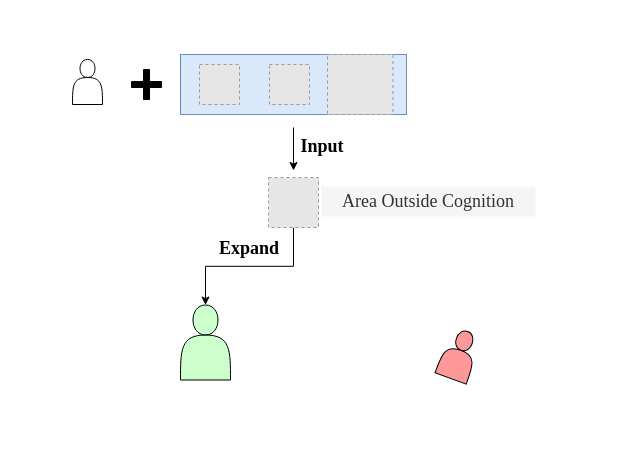
Above: MyFolder/expand youself.drawio in will357/MyDrawioDraft (draw.io), before the change. Source tidied: cells renumbered, new cells numbered last; positions are measured from the earlier drawing's top-left corner, leaving out a move shared by most shapes. Both pictures are drawn from the tidied source at 100%, with x=0, y=0 at pixel (72, 54). Pictures stored in the file or linked from it are replaced by grey dashed boxes.
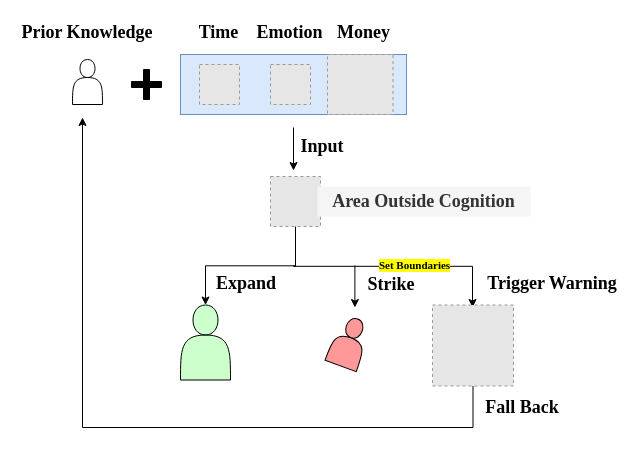
After the change.

Unchanged cells that the change refers to:
```xml
<mxCell id="13" style="shape=actor;whiteSpace=wrap;html=1;fillColor=#CCFFCC;" parent="1" vertex="1">
  <mxGeometry x="108" y="250.5" width="50" height="75" as="geometry" />
</mxCell>
```

Diff of the diagram source:
```diff
@@
-    <mxCell id="5" style="edgeStyle=orthogonalEdgeStyle;rounded=0;jettySize=auto;html=1;entryX=0.5;entryY=0;entryDx=0;entryDy=0;exitX=0.5;exitY=1;exitDx=0;exitDy=0;" parent="1" edge="1" source="6" target="13">
+    <mxCell id="5" style="edgeStyle=orthogonalEdgeStyle;rounded=0;jettySize=auto;html=1;entryX=0.5;entryY=0;entryDx=0;entryDy=0;exitX=0.5;exitY=1;exitDx=0;exitDy=0;strokeColor=#000000;" parent="1" edge="1" source="6" target="13">
       <mxGeometry relative="1" as="geometry" />
     </mxCell>
+    <mxCell id="16" style="edgeStyle=orthogonalEdgeStyle;rounded=0;jettySize=auto;html=1;exitX=0.5;exitY=1;exitDx=0;exitDy=0;" parent="1" edge="1" source="6">
+      <mxGeometry relative="1" as="geometry">
+        <mxPoint x="400" y="253" as="targetPoint" />
+        <Array as="points">
+          <mxPoint x="221" y="211.8" />
+          <mxPoint x="400" y="211.8" />
+          <mxPoint x="400" y="250.5" />
+        </Array>
+      </mxGeometry>
+    </mxCell>
+    <mxCell id="17" value="&lt;font face=&quot;Times New Roman&quot;&gt;&lt;b&gt;Set Boundaries&lt;/b&gt;&lt;/font&gt;" style="edgeLabel;html=1;align=center;verticalAlign=middle;labelBorderColor=none;textShadow=0;labelBackgroundColor=#FFFF00;" parent="16" vertex="1">
+      <mxGeometry x="0.21" y="1" relative="1" as="geometry">
+        <mxPoint x="3" as="offset" />
+      </mxGeometry>
+    </mxCell>
     <mxCell id="6" style="fillColor=#E6E6E6;strokeColor=#999999;dashed=1;verticalLabelPosition=bottom;labelBackgroundColor=default;verticalAlign=top;" parent="1" vertex="1">
-      <mxGeometry x="196" y="123" width="50" height="50" as="geometry" />
+      <mxGeometry x="198" y="122" width="50" height="50" as="geometry" />
     </mxCell>
@@
     <mxCell id="8" style="fillColor=#E6E6E6;strokeColor=#999999;dashed=1;verticalLabelPosition=bottom;labelBackgroundColor=default;verticalAlign=top;" parent="1" vertex="1">
-      <mxGeometry x="197" y="10" width="40" height="40" as="geometry" />
+      <mxGeometry x="198" y="10" width="40" height="40" as="geometry" />
     </mxCell>
@@
-    <mxCell id="11" value="&lt;font style=&quot;font-size: 18px;&quot; face=&quot;Times New Roman&quot;&gt;Area Outside Cognition&lt;/font&gt;" style="text;html=1;whiteSpace=wrap;strokeColor=none;fillColor=#f5f5f5;align=center;verticalAlign=middle;rounded=0;fontColor=#333333;dashed=1;dashPattern=1 2;" parent="1" vertex="1">
-      <mxGeometry x="249" y="132" width="214" height="30" as="geometry" />
+    <mxCell id="11" value="&lt;font style=&quot;font-size: 18px;&quot; face=&quot;Times New Roman&quot;&gt;&lt;b&gt;Area Outside Cognition&lt;/b&gt;&lt;/font&gt;" style="text;html=1;whiteSpace=wrap;strokeColor=none;fillColor=#f5f5f5;align=center;verticalAlign=middle;rounded=0;fontColor=#333333;dashed=1;dashPattern=1 2;" parent="1" vertex="1">
+      <mxGeometry x="245" y="132" width="213" height="30" as="geometry" />
     </mxCell>
@@
     <mxCell id="14" style="shape=actor;whiteSpace=wrap;html=1;rotation=20;fillColor=#FF9999;" parent="1" vertex="1">
-      <mxGeometry x="370" y="275.5" width="33.3" height="50" as="geometry" />
+      <mxGeometry x="260" y="263" width="33.3" height="50" as="geometry" />
     </mxCell>
     <mxCell id="15" value="&lt;font style=&quot;font-size: 18px;&quot; face=&quot;Times New Roman&quot;&gt;&lt;b&gt;Expand&lt;/b&gt;&lt;/font&gt;" style="text;html=1;whiteSpace=wrap;strokeColor=none;fillColor=none;align=center;verticalAlign=middle;rounded=0;" parent="1" vertex="1">
-      <mxGeometry x="147" y="179" width="60" height="30" as="geometry" />
+      <mxGeometry x="144" y="214" width="60" height="30" as="geometry" />
     </mxCell>
+    <mxCell id="18" value="&lt;font style=&quot;font-size: 18px;&quot; face=&quot;Times New Roman&quot;&gt;&lt;b&gt;Trigger Warning&lt;/b&gt;&lt;/font&gt;" style="text;html=1;whiteSpace=wrap;strokeColor=none;fillColor=none;align=center;verticalAlign=middle;rounded=0;" parent="1" vertex="1">
+      <mxGeometry x="410" y="214" width="140" height="30" as="geometry" />
+    </mxCell>
+    <mxCell id="19" style="edgeStyle=orthogonalEdgeStyle;rounded=0;jettySize=auto;html=1;" parent="1" edge="1" source="20">
+      <mxGeometry relative="1" as="geometry">
+        <mxPoint x="10" y="63" as="targetPoint" />
+        <Array as="points">
+          <mxPoint x="400.5" y="373" />
+          <mxPoint x="10" y="373" />
+        </Array>
+      </mxGeometry>
+    </mxCell>
+    <mxCell id="20" style="fillColor=#E6E6E6;strokeColor=#999999;dashed=1;verticalLabelPosition=bottom;labelBackgroundColor=default;verticalAlign=top;" parent="1" vertex="1">
+      <mxGeometry x="360" y="250.5" width="81" height="81" as="geometry" />
+    </mxCell>
+    <mxCell id="21" style="endArrow=classic;html=1;rounded=0;" parent="1" edge="1">
+      <mxGeometry relative="1" as="geometry">
+        <mxPoint x="282.4" y="211" as="sourcePoint" />
+        <mxPoint x="282.4" y="253" as="targetPoint" />
+      </mxGeometry>
+    </mxCell>
+    <mxCell id="22" value="&lt;font style=&quot;font-size: 18px;&quot; face=&quot;Times New Roman&quot;&gt;&lt;b&gt;Strike&lt;/b&gt;&lt;/font&gt;" style="text;html=1;whiteSpace=wrap;strokeColor=none;fillColor=none;align=center;verticalAlign=middle;rounded=0;" parent="1" vertex="1">
+      <mxGeometry x="289" y="215" width="60" height="30" as="geometry" />
+    </mxCell>
+    <mxCell id="23" value="&lt;font style=&quot;font-size: 18px;&quot; face=&quot;Times New Roman&quot;&gt;&lt;b&gt;Fall Back&lt;/b&gt;&lt;/font&gt;" style="text;html=1;whiteSpace=wrap;strokeColor=none;fillColor=none;align=center;verticalAlign=middle;rounded=0;" parent="1" vertex="1">
+      <mxGeometry x="380" y="338" width="140" height="30" as="geometry" />
+    </mxCell>
+    <mxCell id="24" value="&lt;font style=&quot;font-size: 18px;&quot; face=&quot;Times New Roman&quot;&gt;&lt;b&gt;Prior Knowledge&lt;/b&gt;&lt;/font&gt;" style="text;html=1;whiteSpace=wrap;strokeColor=none;fillColor=none;align=center;verticalAlign=middle;rounded=0;" parent="1" vertex="1">
+      <mxGeometry x="-55" y="-37" width="140" height="30" as="geometry" />
+    </mxCell>
+    <mxCell id="25" value="&lt;font style=&quot;font-size: 18px;&quot; face=&quot;Times New Roman&quot;&gt;&lt;b&gt;Time&lt;/b&gt;&lt;/font&gt;" style="text;html=1;whiteSpace=wrap;strokeColor=none;fillColor=none;align=center;verticalAlign=middle;rounded=0;" parent="1" vertex="1">
+      <mxGeometry x="106" y="-37" width="81" height="30" as="geometry" />
+    </mxCell>
+    <mxCell id="26" value="&lt;font style=&quot;font-size: 18px;&quot; face=&quot;Times New Roman&quot;&gt;&lt;b&gt;Money&lt;/b&gt;&lt;/font&gt;" style="text;html=1;whiteSpace=wrap;strokeColor=none;fillColor=none;align=center;verticalAlign=middle;rounded=0;" parent="1" vertex="1">
+      <mxGeometry x="251" y="-37" width="81" height="30" as="geometry" />
+    </mxCell>
+    <mxCell id="27" value="&lt;font style=&quot;font-size: 18px;&quot; face=&quot;Times New Roman&quot;&gt;&lt;b&gt;Emotion&lt;/b&gt;&lt;/font&gt;" style="text;html=1;whiteSpace=wrap;strokeColor=none;fillColor=none;align=center;verticalAlign=middle;rounded=0;" parent="1" vertex="1">
+      <mxGeometry x="177" y="-37" width="81" height="30" as="geometry" />
+    </mxCell>
```
